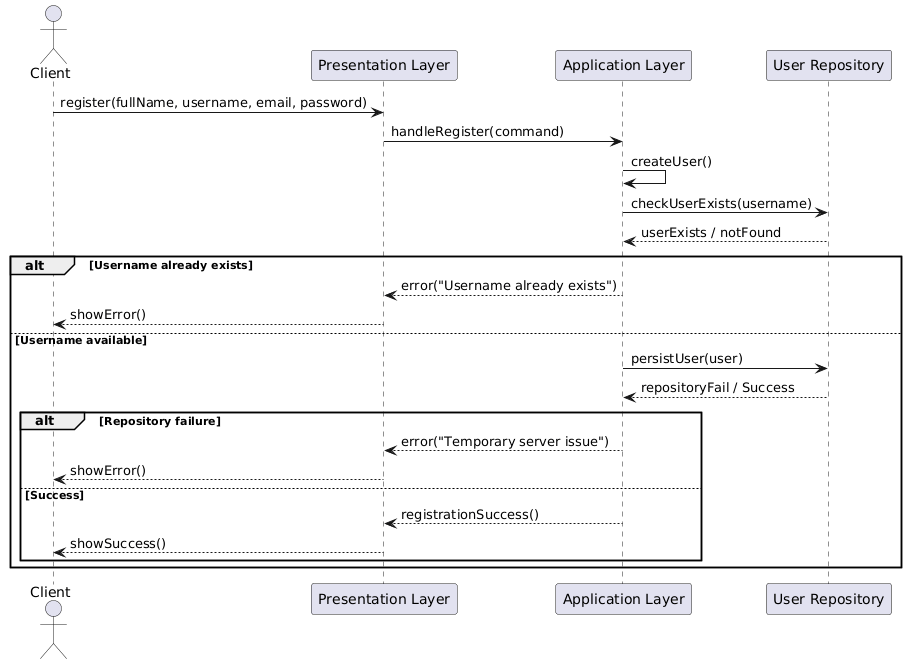
Earlier version of the PlantUML export diagrams/sequence/registration-sequence-diagram.png (gabbosanti/distributed-hanabi-template). The source it was exported from:
```plantuml
@startuml
actor Client

participant "Presentation Layer" as Presentation
participant "Application Layer" as Application
participant "User Repository" as Repository

Client -> Presentation : register(fullName, username, email, password)
Presentation -> Application : handleRegister(command)

Application -> Application : createUser()

Application -> Repository : checkUserExists(username)
Repository --> Application : userExists / notFound

alt Username already exists
    Application --> Presentation : error("Username already exists")
    Presentation --> Client : showError()
else Username available
    Application -> Repository : persistUser(user)
    Repository --> Application : repositoryFail / Success

    alt Repository failure
        Application --> Presentation : error("Temporary server issue")
        Presentation --> Client : showError()
    else Success
        Application --> Presentation : registrationSuccess()
        Presentation --> Client : showSuccess()
    end
end
@enduml
```
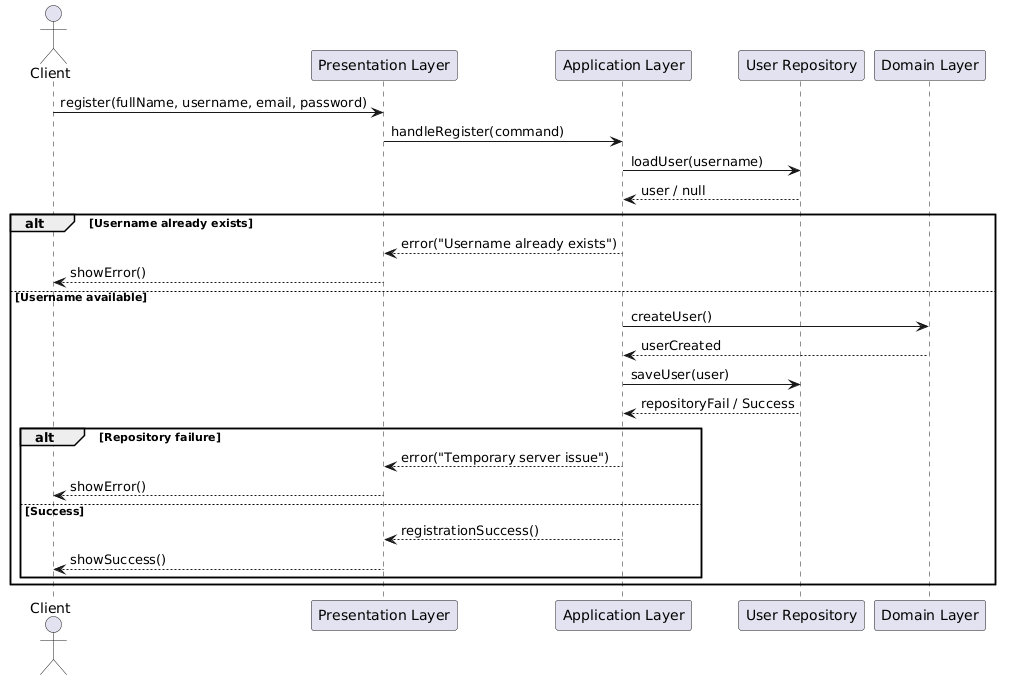
After the commit.

Commit message:
Added game move diagram and updated login/register

What changed in the source:
```diff
@@ -4,20 +4,21 @@
 participant "Presentation Layer" as Presentation
 participant "Application Layer" as Application
 participant "User Repository" as Repository
+participant "Domain Layer" as Domain
 
 Client -> Presentation : register(fullName, username, email, password)
 Presentation -> Application : handleRegister(command)
 
-Application -> Application : createUser()
-
-Application -> Repository : checkUserExists(username)
-Repository --> Application : userExists / notFound
+Application -> Repository : loadUser(username)
+Repository --> Application : user / null
 
 alt Username already exists
     Application --> Presentation : error("Username already exists")
     Presentation --> Client : showError()
 else Username available
-    Application -> Repository : persistUser(user)
+    Application -> Domain : createUser()
+    Domain --> Application : userCreated
+    Application -> Repository : saveUser(user)
     Repository --> Application : repositoryFail / Success
 
     alt Repository failure
```
